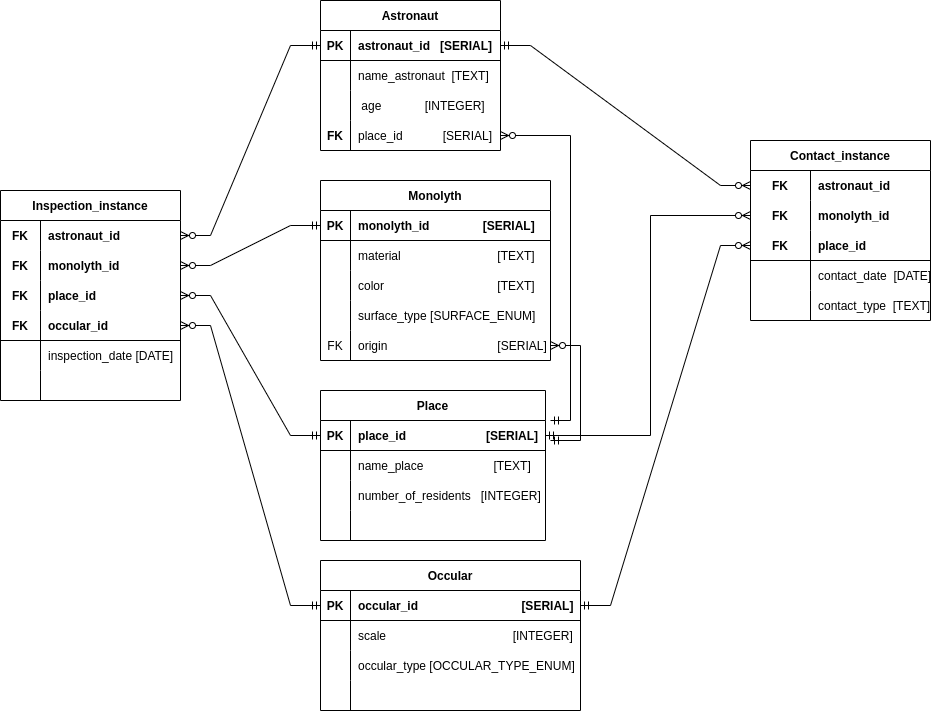
This is Datalogic.png from usopshiy/BD_lab1, a draw.io export, as it was before one commit. Source tidied: cells renumbered, new cells last; positions are measured from the earlier drawing's top-left corner, leaving out a move shared by most shapes.
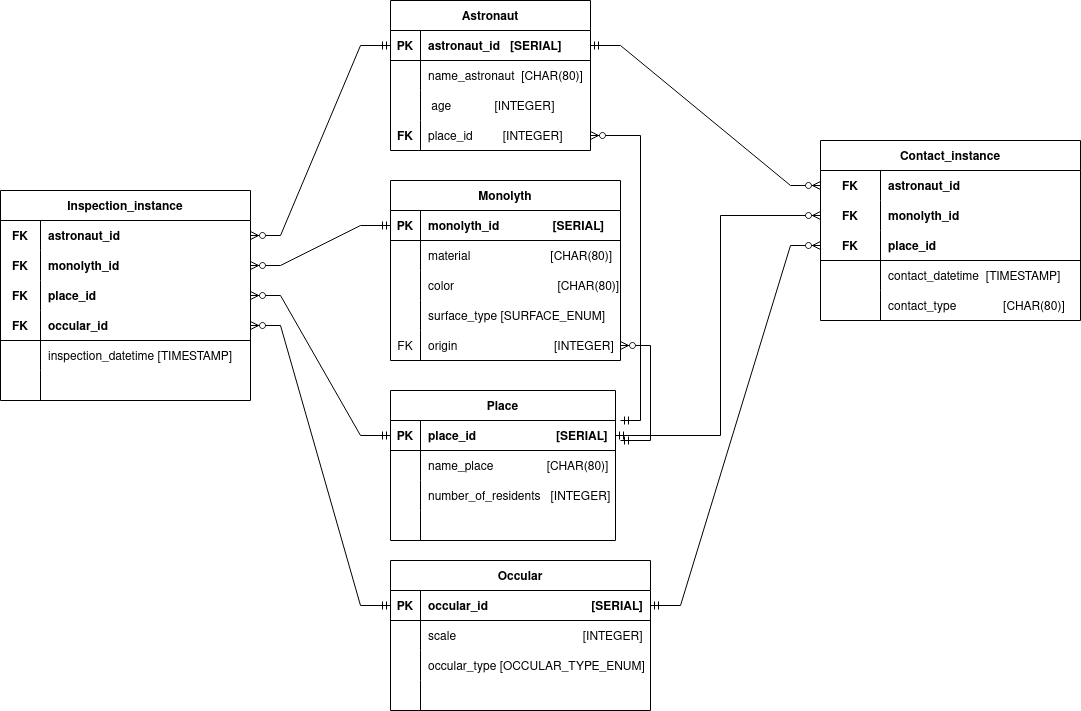
After the commit.

Change to the diagram source:
```diff
@@ -3,43 +3,43 @@
     <mxCell id="0" />
     <mxCell id="1" parent="0" />
     <mxCell id="2" value="Astronaut" style="shape=table;startSize=30;rowLines=0;fontStyle=1;align=center;" parent="1" vertex="1">
-      <mxGeometry x="320" width="180" height="150" as="geometry" />
+      <mxGeometry x="320" width="200" height="150" as="geometry" />
     </mxCell>
     <mxCell id="3" style="shape=tableRow;horizontal=0;startSize=0;swimlaneHead=0;swimlaneBody=0;fillColor=none;points=[[0,0.5],[1,0.5]];portConstraint=eastwest;top=0;left=0;right=0;bottom=1;" parent="2" vertex="1">
-      <mxGeometry y="30" width="180" height="30" as="geometry" />
+      <mxGeometry y="30" width="200" height="30" as="geometry" />
     </mxCell>
     <mxCell id="4" value="PK" style="shape=partialRectangle;fillColor=none;top=0;left=0;bottom=0;right=0;fontStyle=1;overflow=hidden;" parent="3" vertex="1">
       <mxGeometry width="30" height="30" as="geometry" />
     </mxCell>
     <mxCell id="5" value="astronaut_id   [SERIAL]" style="shape=partialRectangle;fillColor=none;top=0;left=0;bottom=0;right=0;align=left;spacingLeft=6;fontStyle=1;overflow=hidden;" parent="3" vertex="1">
-      <mxGeometry x="30" width="150" height="30" as="geometry" />
+      <mxGeometry x="30" width="170" height="30" as="geometry" />
     </mxCell>
     <mxCell id="6" style="shape=tableRow;horizontal=0;startSize=0;swimlaneHead=0;swimlaneBody=0;fillColor=none;top=0;left=0;right=0;bottom=0;" parent="2" vertex="1">
-      <mxGeometry y="60" width="180" height="30" as="geometry" />
+      <mxGeometry y="60" width="200" height="30" as="geometry" />
     </mxCell>
     <mxCell id="7" style="shape=partialRectangle;fillColor=none;top=0;left=0;bottom=0;right=0;overflow=hidden;" parent="6" vertex="1">
       <mxGeometry width="30" height="30" as="geometry" />
     </mxCell>
-    <mxCell id="8" value="name_astronaut  [TEXT]" style="shape=partialRectangle;fillColor=none;top=0;left=0;bottom=0;right=0;align=left;spacingLeft=6;overflow=hidden;" parent="6" vertex="1">
-      <mxGeometry x="30" width="150" height="30" as="geometry" />
+    <mxCell id="8" value="name_astronaut  [CHAR(80)]" style="shape=partialRectangle;fillColor=none;top=0;left=0;bottom=0;right=0;align=left;spacingLeft=6;overflow=hidden;" parent="6" vertex="1">
+      <mxGeometry x="30" width="170" height="30" as="geometry" />
     </mxCell>
     <mxCell id="9" style="shape=tableRow;horizontal=0;startSize=0;swimlaneHead=0;swimlaneBody=0;fillColor=none;top=0;left=0;right=0;bottom=0;" parent="2" vertex="1">
-      <mxGeometry y="90" width="180" height="30" as="geometry" />
+      <mxGeometry y="90" width="200" height="30" as="geometry" />
     </mxCell>
     <mxCell id="10" style="shape=partialRectangle;fillColor=none;top=0;left=0;bottom=0;right=0;overflow=hidden;" parent="9" vertex="1">
       <mxGeometry width="30" height="30" as="geometry" />
     </mxCell>
     <mxCell id="11" value=" age             [INTEGER]" style="shape=partialRectangle;fillColor=none;top=0;left=0;bottom=0;right=0;align=left;spacingLeft=6;overflow=hidden;" parent="9" vertex="1">
-      <mxGeometry x="30" width="150" height="30" as="geometry" />
+      <mxGeometry x="30" width="170" height="30" as="geometry" />
     </mxCell>
     <mxCell id="12" style="shape=tableRow;horizontal=0;startSize=0;swimlaneHead=0;swimlaneBody=0;fillColor=none;points=[[0,0.5],[1,0.5]];portConstraint=eastwest;top=0;left=0;right=0;bottom=0;" parent="2" vertex="1">
-      <mxGeometry y="120" width="180" height="30" as="geometry" />
+      <mxGeometry y="120" width="200" height="30" as="geometry" />
     </mxCell>
     <mxCell id="13" value="FK" style="shape=partialRectangle;fillColor=none;top=0;left=0;bottom=0;right=0;overflow=hidden;fontStyle=1;" parent="12" vertex="1">
       <mxGeometry width="30" height="30" as="geometry" />
     </mxCell>
-    <mxCell id="14" value="place_id            [SERIAL]" style="shape=partialRectangle;fillColor=none;top=0;left=0;bottom=0;right=0;align=left;spacingLeft=6;overflow=hidden;" parent="12" vertex="1">
-      <mxGeometry x="30" width="150" height="30" as="geometry" />
+    <mxCell id="14" value="place_id         [INTEGER]" style="shape=partialRectangle;fillColor=none;top=0;left=0;bottom=0;right=0;align=left;spacingLeft=6;overflow=hidden;" parent="12" vertex="1">
+      <mxGeometry x="30" width="170" height="30" as="geometry" />
     </mxCell>
     <mxCell id="15" value="Place" style="shape=table;startSize=30;rowLines=0;fontStyle=1;align=center;" parent="1" vertex="1">
       <mxGeometry x="320" y="390" width="225" height="150" as="geometry" />
@@ -59,7 +59,7 @@
     <mxCell id="20" style="shape=partialRectangle;fillColor=none;top=0;left=0;bottom=0;right=0;overflow=hidden;" parent="19" vertex="1">
       <mxGeometry width="30" height="30" as="geometry" />
     </mxCell>
-    <mxCell id="21" value="name_place                     [TEXT]" style="shape=partialRectangle;fillColor=none;top=0;left=0;bottom=0;right=0;align=left;spacingLeft=6;overflow=hidden;" parent="19" vertex="1">
+    <mxCell id="21" value="name_place                [CHAR(80)]" style="shape=partialRectangle;fillColor=none;top=0;left=0;bottom=0;right=0;align=left;spacingLeft=6;overflow=hidden;" parent="19" vertex="1">
       <mxGeometry x="30" width="195" height="30" as="geometry" />
     </mxCell>
     <mxCell id="22" style="shape=tableRow;horizontal=0;startSize=0;swimlaneHead=0;swimlaneBody=0;fillColor=none;top=0;left=0;right=0;bottom=0;" parent="15" vertex="1">
@@ -98,7 +98,7 @@
     <mxCell id="33" style="shape=partialRectangle;fillColor=none;top=0;left=0;bottom=0;right=0;overflow=hidden;" parent="32" vertex="1">
       <mxGeometry width="30" height="30" as="geometry" />
     </mxCell>
-    <mxCell id="34" value="material                             [TEXT]" style="shape=partialRectangle;fillColor=none;top=0;left=0;bottom=0;right=0;align=left;spacingLeft=6;overflow=hidden;" parent="32" vertex="1">
+    <mxCell id="34" value="material                        [CHAR(80)]" style="shape=partialRectangle;fillColor=none;top=0;left=0;bottom=0;right=0;align=left;spacingLeft=6;overflow=hidden;" parent="32" vertex="1">
       <mxGeometry x="30" width="200" height="30" as="geometry" />
     </mxCell>
     <mxCell id="35" style="shape=tableRow;horizontal=0;startSize=0;swimlaneHead=0;swimlaneBody=0;fillColor=none;top=0;left=0;right=0;bottom=0;" parent="28" vertex="1">
@@ -107,7 +107,7 @@
     <mxCell id="36" style="shape=partialRectangle;fillColor=none;top=0;left=0;bottom=0;right=0;overflow=hidden;" parent="35" vertex="1">
       <mxGeometry width="30" height="30" as="geometry" />
     </mxCell>
-    <mxCell id="37" value="color                                  [TEXT]" style="shape=partialRectangle;fillColor=none;top=0;left=0;bottom=0;right=0;align=left;spacingLeft=6;overflow=hidden;" parent="35" vertex="1">
+    <mxCell id="37" value="color                               [CHAR(80)]" style="shape=partialRectangle;fillColor=none;top=0;left=0;bottom=0;right=0;align=left;spacingLeft=6;overflow=hidden;" parent="35" vertex="1">
       <mxGeometry x="30" width="200" height="30" as="geometry" />
     </mxCell>
     <mxCell id="38" style="shape=tableRow;horizontal=0;startSize=0;swimlaneHead=0;swimlaneBody=0;fillColor=none;top=0;left=0;right=0;bottom=0;" parent="28" vertex="1">
@@ -125,7 +125,7 @@
     <mxCell id="42" value="FK" style="shape=partialRectangle;fillColor=none;top=0;left=0;bottom=0;right=0;fontStyle=0;overflow=hidden;" parent="41" vertex="1">
       <mxGeometry width="30" height="30" as="geometry" />
     </mxCell>
-    <mxCell id="43" value="origin                                 [SERIAL]" style="shape=partialRectangle;fillColor=none;top=0;left=0;bottom=0;right=0;align=left;spacingLeft=6;fontStyle=0;overflow=hidden;" parent="41" vertex="1">
+    <mxCell id="43" value="origin                             [INTEGER]" style="shape=partialRectangle;fillColor=none;top=0;left=0;bottom=0;right=0;align=left;spacingLeft=6;fontStyle=0;overflow=hidden;" parent="41" vertex="1">
       <mxGeometry x="30" width="200" height="30" as="geometry" />
     </mxCell>
     <mxCell id="44" value="Occular" style="shape=table;startSize=30;rowLines=0;fontStyle=1;align=center;" parent="1" vertex="1">
@@ -168,61 +168,61 @@
       <mxGeometry x="30" width="230" height="30" as="geometry" />
     </mxCell>
     <mxCell id="57" value="Inspection_instance" style="shape=table;startSize=30;rowLines=0;fontStyle=1;align=center;" parent="1" vertex="1">
-      <mxGeometry y="190" width="180" height="210" as="geometry" />
+      <mxGeometry x="-70" y="190" width="250" height="210" as="geometry" />
     </mxCell>
     <mxCell id="58" style="shape=tableRow;horizontal=0;startSize=0;swimlaneHead=0;swimlaneBody=0;fillColor=none;points=[[0,0.5],[1,0.5]];portConstraint=eastwest;top=0;left=0;right=0;bottom=0;" parent="57" vertex="1">
-      <mxGeometry y="30" width="180" height="30" as="geometry" />
+      <mxGeometry y="30" width="250" height="30" as="geometry" />
     </mxCell>
     <mxCell id="59" value="FK" style="shape=partialRectangle;fillColor=none;top=0;left=0;bottom=0;right=0;fontStyle=1;overflow=hidden;" parent="58" vertex="1">
       <mxGeometry width="40" height="30" as="geometry" />
     </mxCell>
     <mxCell id="60" value="astronaut_id" style="shape=partialRectangle;fillColor=none;top=0;left=0;bottom=0;right=0;align=left;spacingLeft=6;fontStyle=1;overflow=hidden;" parent="58" vertex="1">
-      <mxGeometry x="40" width="140" height="30" as="geometry" />
+      <mxGeometry x="40" width="210" height="30" as="geometry" />
     </mxCell>
     <mxCell id="61" style="shape=tableRow;horizontal=0;startSize=0;swimlaneHead=0;swimlaneBody=0;fillColor=none;points=[[0,0.5],[1,0.5]];portConstraint=eastwest;top=0;left=0;right=0;bottom=0;" parent="57" vertex="1">
-      <mxGeometry y="60" width="180" height="30" as="geometry" />
+      <mxGeometry y="60" width="250" height="30" as="geometry" />
     </mxCell>
     <mxCell id="62" value="FK" style="shape=partialRectangle;fillColor=none;top=0;left=0;bottom=0;right=0;fontStyle=1;overflow=hidden;" parent="61" vertex="1">
       <mxGeometry width="40" height="30" as="geometry" />
     </mxCell>
     <mxCell id="63" value="monolyth_id" style="shape=partialRectangle;fillColor=none;top=0;left=0;bottom=0;right=0;align=left;spacingLeft=6;fontStyle=1;overflow=hidden;" parent="61" vertex="1">
-      <mxGeometry x="40" width="140" height="30" as="geometry" />
+      <mxGeometry x="40" width="210" height="30" as="geometry" />
     </mxCell>
     <mxCell id="64" style="shape=tableRow;horizontal=0;startSize=0;swimlaneHead=0;swimlaneBody=0;fillColor=none;points=[[0,0.5],[1,0.5]];portConstraint=eastwest;top=0;left=0;right=0;bottom=0;fontStyle=1;" parent="57" vertex="1">
-      <mxGeometry y="90" width="180" height="30" as="geometry" />
+      <mxGeometry y="90" width="250" height="30" as="geometry" />
     </mxCell>
     <mxCell id="65" value="FK" style="shape=partialRectangle;fillColor=none;top=0;left=0;bottom=0;right=0;fontStyle=1;overflow=hidden;" parent="64" vertex="1">
       <mxGeometry width="40" height="30" as="geometry" />
     </mxCell>
     <mxCell id="66" value="place_id" style="shape=partialRectangle;fillColor=none;top=0;left=0;bottom=0;right=0;align=left;spacingLeft=6;fontStyle=1;overflow=hidden;" parent="64" vertex="1">
-      <mxGeometry x="40" width="140" height="30" as="geometry" />
+      <mxGeometry x="40" width="210" height="30" as="geometry" />
     </mxCell>
     <mxCell id="67" style="shape=tableRow;horizontal=0;startSize=0;swimlaneHead=0;swimlaneBody=0;fillColor=none;points=[[0,0.5],[1,0.5]];portConstraint=eastwest;top=0;left=0;right=0;bottom=1;" parent="57" vertex="1">
-      <mxGeometry y="120" width="180" height="30" as="geometry" />
+      <mxGeometry y="120" width="250" height="30" as="geometry" />
     </mxCell>
     <mxCell id="68" value="FK" style="shape=partialRectangle;fillColor=none;top=0;left=0;bottom=0;right=0;fontStyle=1;overflow=hidden;" parent="67" vertex="1">
       <mxGeometry width="40" height="30" as="geometry" />
     </mxCell>
     <mxCell id="69" value="occular_id" style="shape=partialRectangle;fillColor=none;top=0;left=0;bottom=0;right=0;align=left;spacingLeft=6;fontStyle=1;overflow=hidden;" parent="67" vertex="1">
-      <mxGeometry x="40" width="140" height="30" as="geometry" />
+      <mxGeometry x="40" width="210" height="30" as="geometry" />
     </mxCell>
     <mxCell id="70" style="shape=tableRow;horizontal=0;startSize=0;swimlaneHead=0;swimlaneBody=0;fillColor=none;top=0;left=0;right=0;bottom=0;" parent="57" vertex="1">
-      <mxGeometry y="150" width="180" height="30" as="geometry" />
+      <mxGeometry y="150" width="250" height="30" as="geometry" />
     </mxCell>
     <mxCell id="71" style="shape=partialRectangle;fillColor=none;top=0;left=0;bottom=0;right=0;overflow=hidden;" parent="70" vertex="1">
       <mxGeometry width="40" height="30" as="geometry" />
     </mxCell>
-    <mxCell id="72" value="inspection_date [DATE]" style="shape=partialRectangle;fillColor=none;top=0;left=0;bottom=0;right=0;align=left;spacingLeft=6;overflow=hidden;" parent="70" vertex="1">
-      <mxGeometry x="40" width="140" height="30" as="geometry" />
+    <mxCell id="72" value="inspection_datetime [TIMESTAMP]" style="shape=partialRectangle;fillColor=none;top=0;left=0;bottom=0;right=0;align=left;spacingLeft=6;overflow=hidden;" parent="70" vertex="1">
+      <mxGeometry x="40" width="210" height="30" as="geometry" />
     </mxCell>
     <mxCell id="73" style="shape=tableRow;horizontal=0;startSize=0;swimlaneHead=0;swimlaneBody=0;fillColor=none;top=0;left=0;right=0;bottom=0;" parent="57" vertex="1">
-      <mxGeometry y="180" width="180" height="30" as="geometry" />
+      <mxGeometry y="180" width="250" height="30" as="geometry" />
     </mxCell>
     <mxCell id="74" style="shape=partialRectangle;fillColor=none;top=0;left=0;bottom=0;right=0;overflow=hidden;" parent="73" vertex="1">
       <mxGeometry width="40" height="30" as="geometry" />
     </mxCell>
     <mxCell id="75" style="shape=partialRectangle;fillColor=none;top=0;left=0;bottom=0;right=0;align=left;spacingLeft=6;overflow=hidden;" parent="73" vertex="1">
-      <mxGeometry x="40" width="140" height="30" as="geometry" />
+      <mxGeometry x="40" width="210" height="30" as="geometry" />
     </mxCell>
     <mxCell id="76" style="edgeStyle=entityRelationEdgeStyle;fontSize=12;html=1;endArrow=ERzeroToMany;startArrow=ERmandOne;rounded=0;entryX=1;entryY=0.5;entryDx=0;entryDy=0;exitX=0;exitY=0.5;exitDx=0;exitDy=0;" parent="1" edge="1" source="29" target="61">
       <mxGeometry relative="1" as="geometry" />
@@ -251,52 +251,52 @@
       </mxGeometry>
     </mxCell>
     <mxCell id="82" value="Contact_instance" style="shape=table;startSize=30;rowLines=0;fontStyle=1;align=center;" parent="1" vertex="1">
-      <mxGeometry x="750" y="140" width="180" height="180" as="geometry" />
+      <mxGeometry x="750" y="140" width="260" height="180" as="geometry" />
     </mxCell>
     <mxCell id="83" style="shape=tableRow;horizontal=0;startSize=0;swimlaneHead=0;swimlaneBody=0;fillColor=none;points=[[0,0.5],[1,0.5]];portConstraint=eastwest;top=0;left=0;right=0;bottom=0;" parent="82" vertex="1">
-      <mxGeometry y="30" width="180" height="30" as="geometry" />
+      <mxGeometry y="30" width="260" height="30" as="geometry" />
     </mxCell>
     <mxCell id="84" value="FK" style="shape=partialRectangle;fillColor=none;top=0;left=0;bottom=0;right=0;fontStyle=1;overflow=hidden;" parent="83" vertex="1">
       <mxGeometry width="60" height="30" as="geometry" />
     </mxCell>
     <mxCell id="85" value="astronaut_id" style="shape=partialRectangle;fillColor=none;top=0;left=0;bottom=0;right=0;align=left;spacingLeft=6;fontStyle=1;overflow=hidden;" parent="83" vertex="1">
-      <mxGeometry x="60" width="120" height="30" as="geometry" />
+      <mxGeometry x="60" width="200" height="30" as="geometry" />
     </mxCell>
     <mxCell id="86" style="shape=tableRow;horizontal=0;startSize=0;swimlaneHead=0;swimlaneBody=0;fillColor=none;points=[[0,0.5],[1,0.5]];portConstraint=eastwest;top=0;left=0;right=0;bottom=0;fontStyle=1;" parent="82" vertex="1">
-      <mxGeometry y="60" width="180" height="30" as="geometry" />
+      <mxGeometry y="60" width="260" height="30" as="geometry" />
     </mxCell>
     <mxCell id="87" value="FK" style="shape=partialRectangle;fillColor=none;top=0;left=0;bottom=0;right=0;fontStyle=1;overflow=hidden;" parent="86" vertex="1">
       <mxGeometry width="60" height="30" as="geometry" />
     </mxCell>
     <mxCell id="88" value="monolyth_id" style="shape=partialRectangle;fillColor=none;top=0;left=0;bottom=0;right=0;align=left;spacingLeft=6;fontStyle=1;overflow=hidden;" parent="86" vertex="1">
-      <mxGeometry x="60" width="120" height="30" as="geometry" />
+      <mxGeometry x="60" width="200" height="30" as="geometry" />
     </mxCell>
     <mxCell id="89" style="shape=tableRow;horizontal=0;startSize=0;swimlaneHead=0;swimlaneBody=0;fillColor=none;points=[[0,0.5],[1,0.5]];portConstraint=eastwest;top=0;left=0;right=0;bottom=1;" parent="82" vertex="1">
-      <mxGeometry y="90" width="180" height="30" as="geometry" />
+      <mxGeometry y="90" width="260" height="30" as="geometry" />
     </mxCell>
     <mxCell id="90" value="FK" style="shape=partialRectangle;fillColor=none;top=0;left=0;bottom=0;right=0;fontStyle=1;overflow=hidden;" parent="89" vertex="1">
       <mxGeometry width="60" height="30" as="geometry" />
     </mxCell>
     <mxCell id="91" value="place_id" style="shape=partialRectangle;fillColor=none;top=0;left=0;bottom=0;right=0;align=left;spacingLeft=6;fontStyle=1;overflow=hidden;" parent="89" vertex="1">
-      <mxGeometry x="60" width="120" height="30" as="geometry" />
+      <mxGeometry x="60" width="200" height="30" as="geometry" />
     </mxCell>
     <mxCell id="92" style="shape=tableRow;horizontal=0;startSize=0;swimlaneHead=0;swimlaneBody=0;fillColor=none;top=0;left=0;right=0;bottom=0;" parent="82" vertex="1">
-      <mxGeometry y="120" width="180" height="30" as="geometry" />
+      <mxGeometry y="120" width="260" height="30" as="geometry" />
     </mxCell>
     <mxCell id="93" style="shape=partialRectangle;fillColor=none;top=0;left=0;bottom=0;right=0;overflow=hidden;" parent="92" vertex="1">
       <mxGeometry width="60" height="30" as="geometry" />
     </mxCell>
-    <mxCell id="94" value="contact_date  [DATE]" style="shape=partialRectangle;fillColor=none;top=0;left=0;bottom=0;right=0;align=left;spacingLeft=6;overflow=hidden;" parent="92" vertex="1">
-      <mxGeometry x="60" width="120" height="30" as="geometry" />
+    <mxCell id="94" value="contact_datetime  [TIMESTAMP]" style="shape=partialRectangle;fillColor=none;top=0;left=0;bottom=0;right=0;align=left;spacingLeft=6;overflow=hidden;" parent="92" vertex="1">
+      <mxGeometry x="60" width="200" height="30" as="geometry" />
     </mxCell>
     <mxCell id="95" style="shape=tableRow;horizontal=0;startSize=0;swimlaneHead=0;swimlaneBody=0;fillColor=none;top=0;left=0;right=0;bottom=0;" parent="82" vertex="1">
-      <mxGeometry y="150" width="180" height="30" as="geometry" />
+      <mxGeometry y="150" width="260" height="30" as="geometry" />
     </mxCell>
     <mxCell id="96" style="shape=partialRectangle;fillColor=none;top=0;left=0;bottom=0;right=0;overflow=hidden;" parent="95" vertex="1">
       <mxGeometry width="60" height="30" as="geometry" />
     </mxCell>
-    <mxCell id="97" value="contact_type  [TEXT]" style="shape=partialRectangle;fillColor=none;top=0;left=0;bottom=0;right=0;align=left;spacingLeft=6;overflow=hidden;" parent="95" vertex="1">
-      <mxGeometry x="60" width="120" height="30" as="geometry" />
+    <mxCell id="97" value="contact_type              [CHAR(80)]" style="shape=partialRectangle;fillColor=none;top=0;left=0;bottom=0;right=0;align=left;spacingLeft=6;overflow=hidden;" parent="95" vertex="1">
+      <mxGeometry x="60" width="200" height="30" as="geometry" />
     </mxCell>
     <mxCell id="98" style="edgeStyle=entityRelationEdgeStyle;fontSize=12;html=1;endArrow=ERzeroToMany;startArrow=ERmandOne;rounded=0;entryX=0;entryY=0.5;entryDx=0;entryDy=0;exitX=1;exitY=0.5;exitDx=0;exitDy=0;" parent="1" edge="1" source="3" target="83">
       <mxGeometry relative="1" as="geometry" />
```
